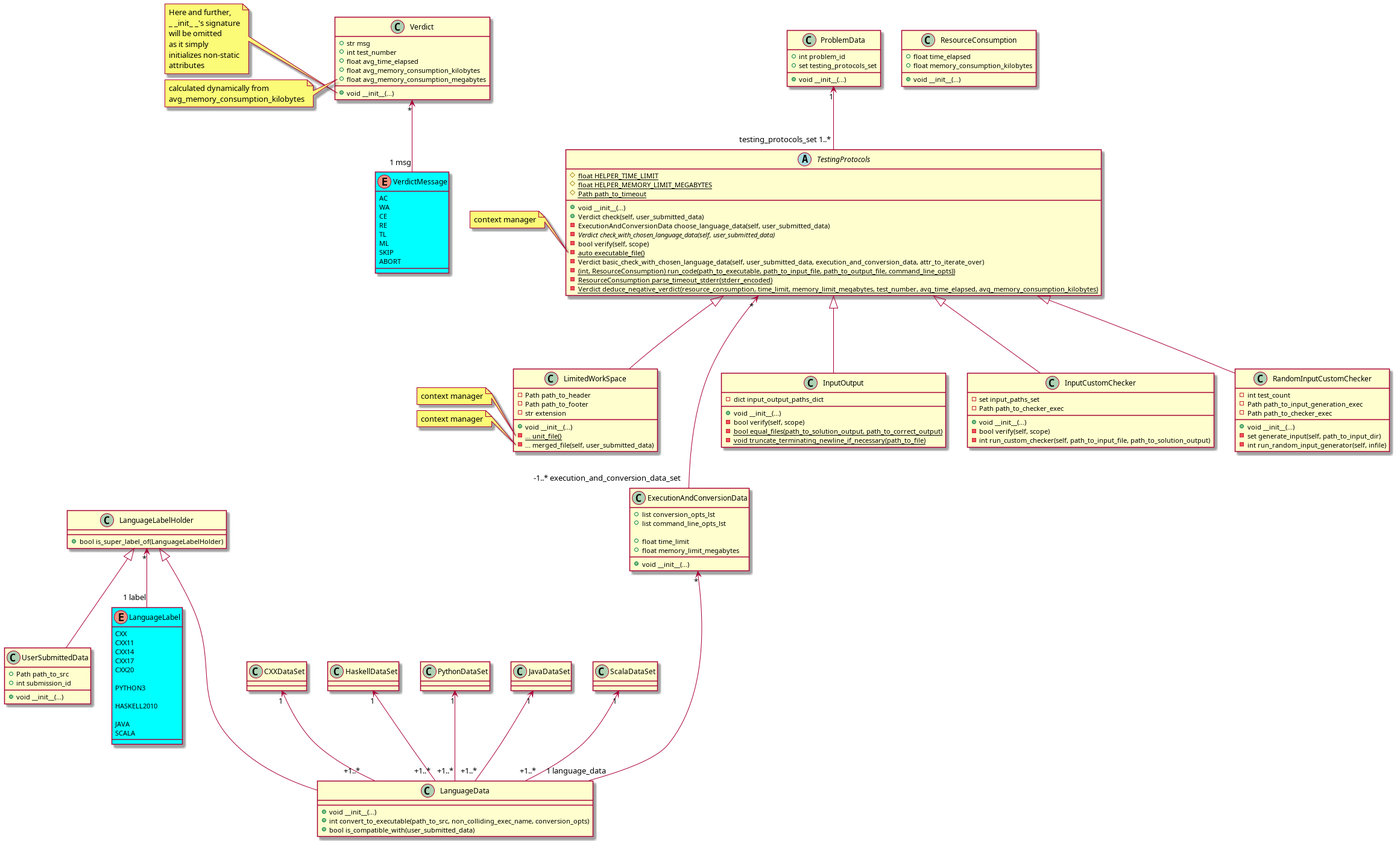
The PlantUML diagram TestingSystem/TestingProtocols/Class_TestingProtocols.png in IgorZhiltsoff/TPy_project, before a commit.
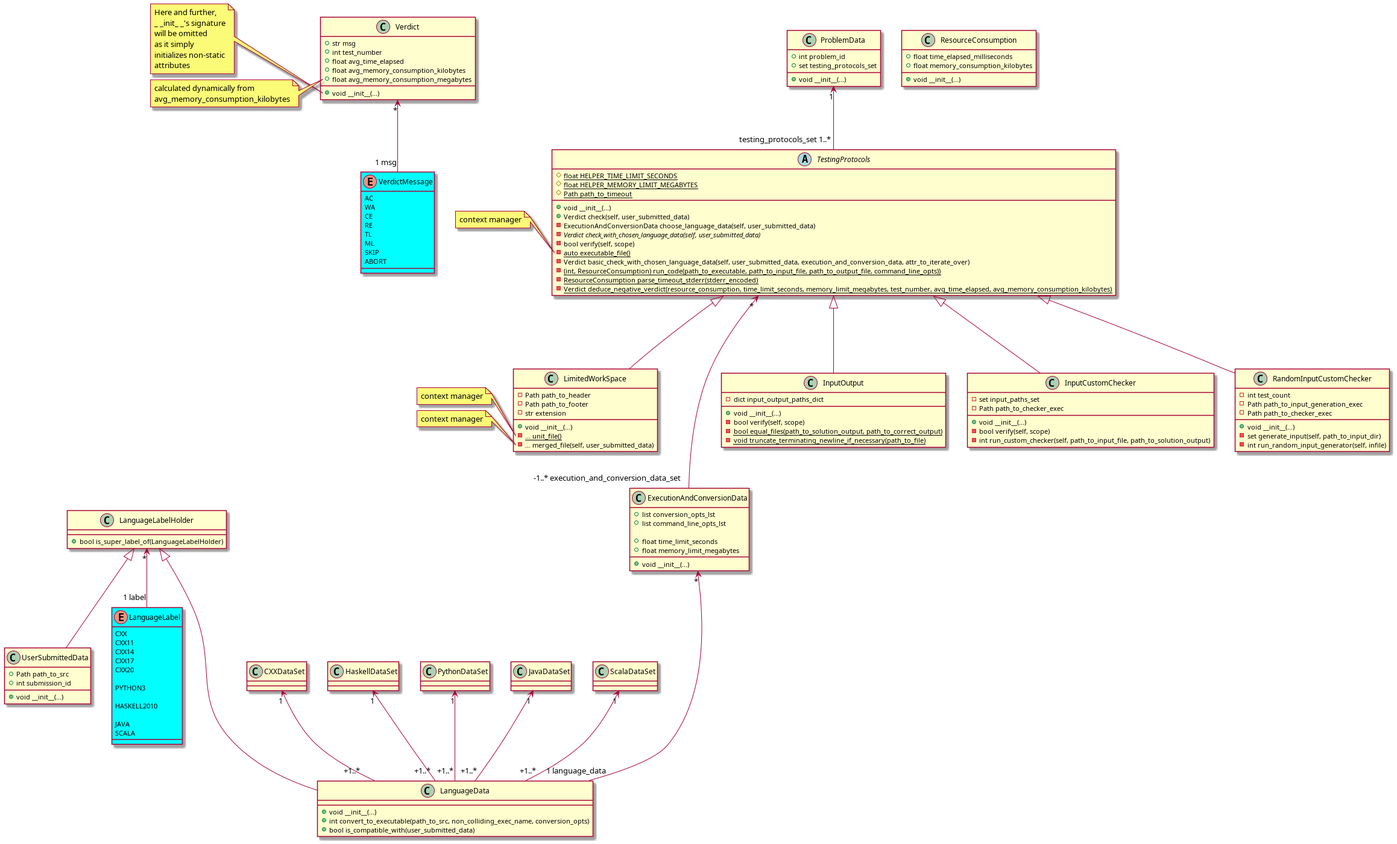
Later version of the same file.

What changed in the source:
```diff
@@ -17,7 +17,7 @@
 }
 
 class ResourceConsumption {
-    +float time_elapsed
+    +float time_elapsed_milliseconds
     +float memory_consumption_kilobytes
 
     +void __init__(...)
@@ -112,7 +112,7 @@
     +list conversion_opts_lst
     +list command_line_opts_lst
 
-    +float time_limit
+    +float time_limit_seconds
     +float memory_limit_megabytes
 
     +void __init__(...)
@@ -123,7 +123,7 @@
 
 
 abstract class TestingProtocols {
-    #{static} float HELPER_TIME_LIMIT
+    #{static} float HELPER_TIME_LIMIT_SECONDS
     #{static} float HELPER_MEMORY_LIMIT_MEGABYTES
     #{static} Path path_to_timeout
 
@@ -136,7 +136,7 @@
     -Verdict basic_check_with_chosen_language_data(self, user_submitted_data, execution_and_conversion_data, attr_to_iterate_over)
     -{static} (int, ResourceConsumption) run_code(path_to_executable, path_to_input_file, path_to_output_file, command_line_opts))
     -{static} ResourceConsumption parse_timeout_stderr(stderr_encoded)
-    -{static} Verdict deduce_negative_verdict(resource_consumption, time_limit, memory_limit_megabytes, test_number, avg_time_elapsed, avg_memory_consumption_kilobytes)
+    -{static} Verdict deduce_negative_verdict(resource_consumption, time_limit_seconds, memory_limit_megabytes, test_number, avg_time_elapsed, avg_memory_consumption_kilobytes)
 }
 note left of TestingProtocols::executable_file
 context manager
```
